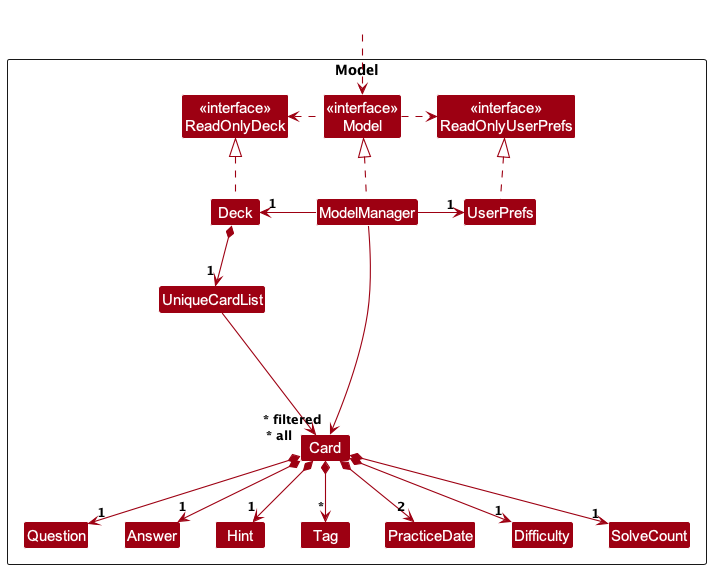
Earlier version of the PlantUML export docs/images/ModelClassDiagram.png (nus-cs2103-AY2324S1/tp).
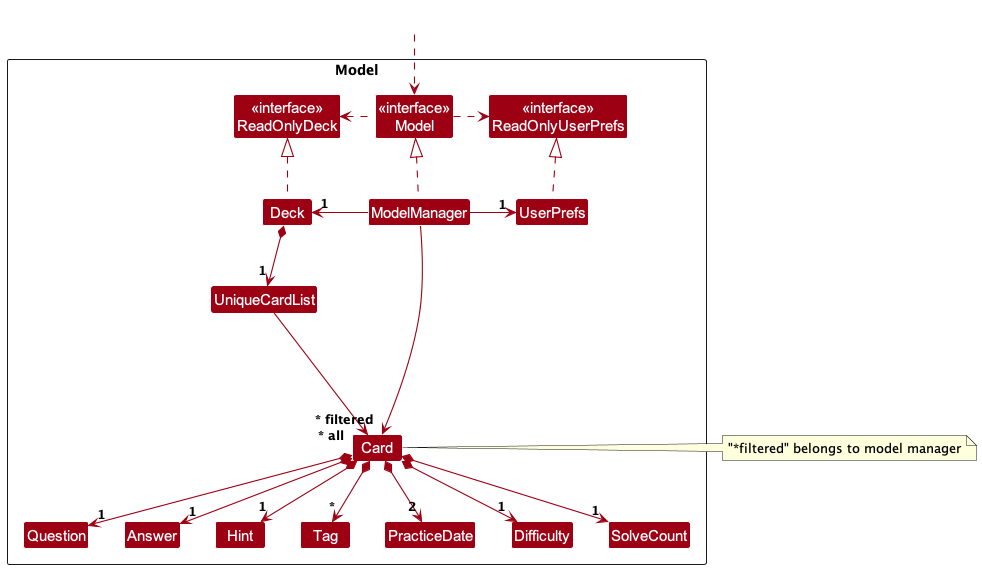
Above is the later version.

What changed in the source:
```diff
@@ -47,6 +47,8 @@
 Card *--> "1" Difficulty
 Card *--> "1" SolveCount
 
+
+note right of Card: "*filtered" belongs to model manager
 Card -[hidden]up--> I
 UniqueCardList -[hidden]right-> I
 
```
